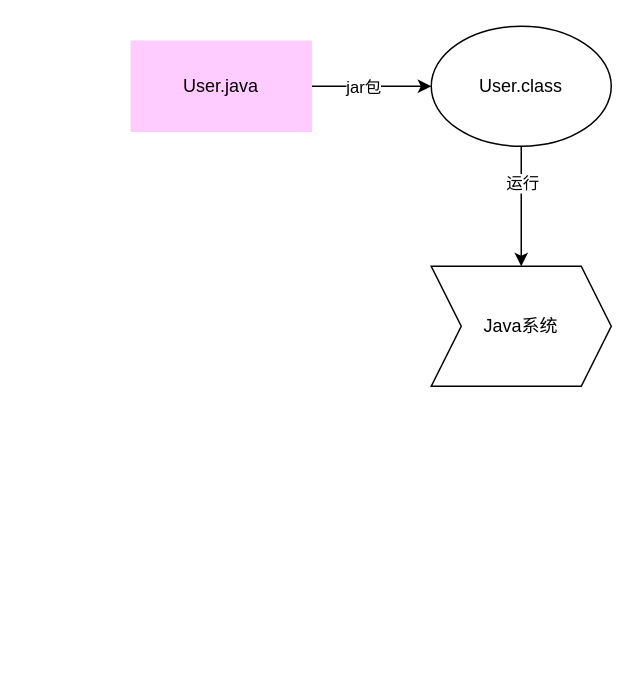
The draw.io diagram jvm/java字节码的生成.drawio in chakawelkin/flowchart, before the edit. Source tidied: cells renumbered, new cells numbered last; positions are measured from the earlier drawing's top-left corner, leaving out a move shared by most shapes. Both pictures are drawn from the tidied source at 150%, with x=0, y=0 at pixel (130, 26).
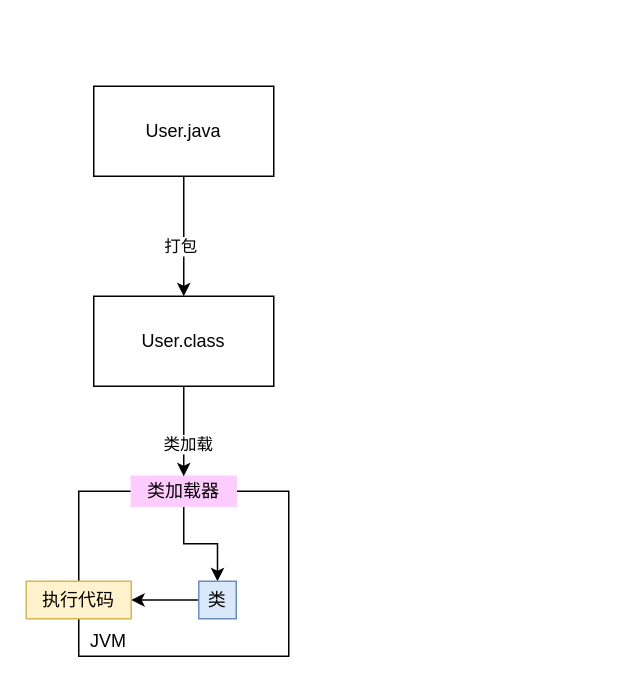
The same diagram, later.

Commit message (it also covers changes not shown here):
Update java字节码的生成.drawio

What changed in the source:
```diff
@@
 <mxGraphModel>
   <root>
     <mxCell id="0" />
     <mxCell id="1" parent="0" />
     <mxCell id="2" style="edgeStyle=orthogonalEdgeStyle;rounded=0;jettySize=auto;html=1;" parent="1" edge="1" source="4" target="7">
       <mxGeometry relative="1" as="geometry" />
     </mxCell>
-    <mxCell id="3" value="jar包" style="edgeLabel;html=1;align=center;verticalAlign=middle;" parent="2" vertex="1">
-      <mxGeometry x="-0.15" relative="1" as="geometry" />
-    </mxCell>
+    <mxCell id="9" value="打包" style="edgeLabel;html=1;align=center;verticalAlign=middle;" parent="2" vertex="1">
+      <mxGeometry x="0.15" y="-3" relative="1" as="geometry" />
+    </mxCell>
-    <mxCell id="4" value="User.java" style="rounded=0;whiteSpace=wrap;html=1;strokeColor=#FFCCFF;fillColor=#FFCCFF;" parent="1" vertex="1">
-      <mxGeometry y="10" width="120" height="60" as="geometry" />
+    <mxCell id="4" value="User.java" style="rounded=0;whiteSpace=wrap;html=1;" parent="1" vertex="1">
+      <mxGeometry x="-25" y="40" width="120" height="60" as="geometry" />
     </mxCell>
-    <mxCell id="5" style="edgeStyle=orthogonalEdgeStyle;rounded=0;jettySize=auto;html=1;" parent="1" edge="1" source="7" target="8">
-      <mxGeometry relative="1" as="geometry" />
-    </mxCell>
-    <mxCell id="6" value="运行" style="edgeLabel;html=1;align=center;verticalAlign=middle;" parent="5" vertex="1">
-      <mxGeometry x="-0.4" relative="1" as="geometry" />
-    </mxCell>
-    <mxCell id="7" value="User.class" style="ellipse;whiteSpace=wrap;html=1;rounded=0;" parent="1" vertex="1">
-      <mxGeometry x="200" width="120" height="80" as="geometry" />
+    <mxCell id="7" value="User.class" style="rounded=0;whiteSpace=wrap;html=1;" parent="1" vertex="1">
+      <mxGeometry x="-25" y="180" width="120" height="60" as="geometry" />
     </mxCell>
-    <mxCell id="8" value="Java系统" style="shape=step;perimeter=stepPerimeter;whiteSpace=wrap;html=1;fixedSize=1;rounded=0;" parent="1" vertex="1">
-      <mxGeometry x="200" y="160" width="120" height="80" as="geometry" />
-    </mxCell>
+    <mxCell id="10" style="whiteSpace=wrap;html=1;rounded=0;" parent="1" vertex="1">
+      <mxGeometry x="-35" y="310" width="140" height="110" as="geometry" />
+    </mxCell>
+    <mxCell id="11" style="edgeStyle=orthogonalEdgeStyle;rounded=0;jettySize=auto;html=1;" parent="1" edge="1" source="12" target="17">
+      <mxGeometry relative="1" as="geometry" />
+    </mxCell>
+    <mxCell id="12" value="类加载器" style="rounded=0;whiteSpace=wrap;html=1;strokeColor=#FFCCFF;fillColor=#FFCCFF;" parent="1" vertex="1">
+      <mxGeometry y="300" width="70" height="20" as="geometry" />
+    </mxCell>
+    <mxCell id="13" style="edgeStyle=orthogonalEdgeStyle;rounded=0;jettySize=auto;html=1;" parent="1" edge="1" source="7" target="12">
+      <mxGeometry relative="1" as="geometry" />
+    </mxCell>
+    <mxCell id="14" value="类加载" style="edgeLabel;html=1;align=center;verticalAlign=middle;" parent="13" vertex="1">
+      <mxGeometry x="0.26" y="2" relative="1" as="geometry" />
+    </mxCell>
+    <mxCell id="15" value="JVM" style="text;html=1;strokeColor=none;fillColor=none;align=center;verticalAlign=middle;whiteSpace=wrap;rounded=0;" parent="1" vertex="1">
+      <mxGeometry x="-35" y="400" width="40" height="20" as="geometry" />
+    </mxCell>
+    <mxCell id="16" style="edgeStyle=orthogonalEdgeStyle;rounded=0;jettySize=auto;html=1;" parent="1" edge="1" source="17" target="18">
+      <mxGeometry relative="1" as="geometry" />
+    </mxCell>
+    <mxCell id="17" value="类" style="rounded=0;whiteSpace=wrap;html=1;strokeColor=#6c8ebf;fillColor=#dae8fc;" parent="1" vertex="1">
+      <mxGeometry x="45" y="370" width="25" height="25" as="geometry" />
+    </mxCell>
+    <mxCell id="18" value="执行代码" style="rounded=0;whiteSpace=wrap;html=1;strokeColor=#d6b656;fillColor=#fff2cc;" parent="1" vertex="1">
+      <mxGeometry x="-70" y="370" width="70" height="25" as="geometry" />
+    </mxCell>
   </root>
 </mxGraphModel>
```
